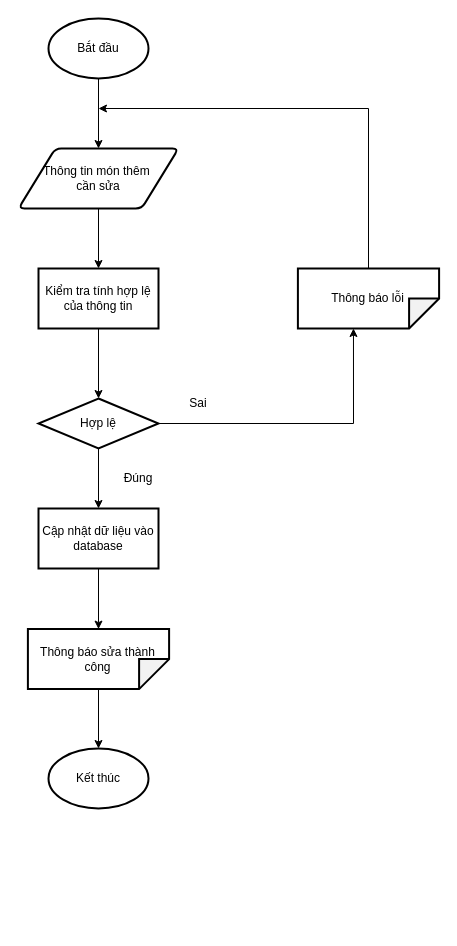
Above: BRD_PRD/PRD/drawio flow 2/flowSUAMONTHEM.drawio in hungtadasuke/CoffeShop_SoftwareTechnology (draw.io), before the change. Source tidied: cells renumbered, new cells numbered last; positions are measured from the earlier drawing's top-left corner, leaving out a move shared by most shapes. Both pictures are drawn from the tidied source at 100%, with x=0, y=0 at pixel (18, 18).
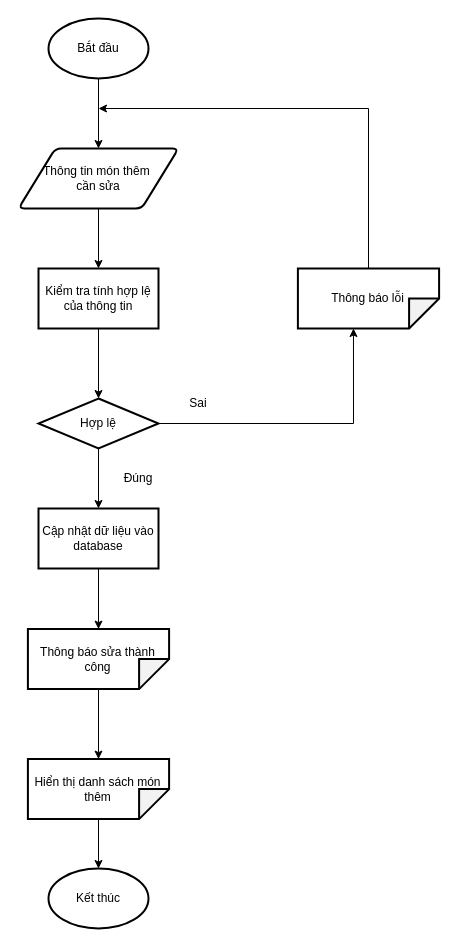
After the change.

Unchanged cells that the change refers to:
```xml
<mxCell id="17" value="Thông báo sửa thành công" style="shape=note;whiteSpace=wrap;html=1;backgroundOutline=1;darkOpacity=0.05;strokeWidth=2;rotation=90;spacing=2;labelBorderColor=none;fontColor=default;verticalAlign=middle;horizontal=0;" parent="1" vertex="1">
  <mxGeometry x="50" y="570" width="60" height="141.2" as="geometry" />
</mxCell>
```

Change to the diagram source:
```diff
@@
     <mxCell id="4" value="Kết thúc" style="strokeWidth=2;html=1;shape=mxgraph.flowchart.start_1;whiteSpace=wrap;" parent="1" vertex="1">
-      <mxGeometry x="30" y="730" width="100" height="60" as="geometry" />
+      <mxGeometry x="30" y="850" width="100" height="60" as="geometry" />
     </mxCell>
@@
-    <mxCell id="16" style="edgeStyle=orthogonalEdgeStyle;rounded=0;jettySize=auto;html=1;" parent="1" edge="1" source="17" target="4">
+    <mxCell id="16" style="edgeStyle=orthogonalEdgeStyle;rounded=0;jettySize=auto;html=1;startArrow=none;" parent="1" edge="1" source="20" target="4">
       <mxGeometry relative="1" as="geometry" />
     </mxCell>
@@
+    <mxCell id="20" value="Hiển thị danh sách món thêm" style="shape=note;whiteSpace=wrap;html=1;backgroundOutline=1;darkOpacity=0.05;strokeWidth=2;rotation=90;spacing=2;labelBorderColor=none;fontColor=default;verticalAlign=middle;horizontal=0;" parent="1" vertex="1">
+      <mxGeometry x="50" y="700" width="60" height="141.2" as="geometry" />
+    </mxCell>
+    <mxCell id="21" style="edgeStyle=orthogonalEdgeStyle;rounded=0;jettySize=auto;html=1;endArrow=classic;endFill=1;" parent="1" edge="1" source="17" target="20">
+      <mxGeometry relative="1" as="geometry" />
+    </mxCell>
```
